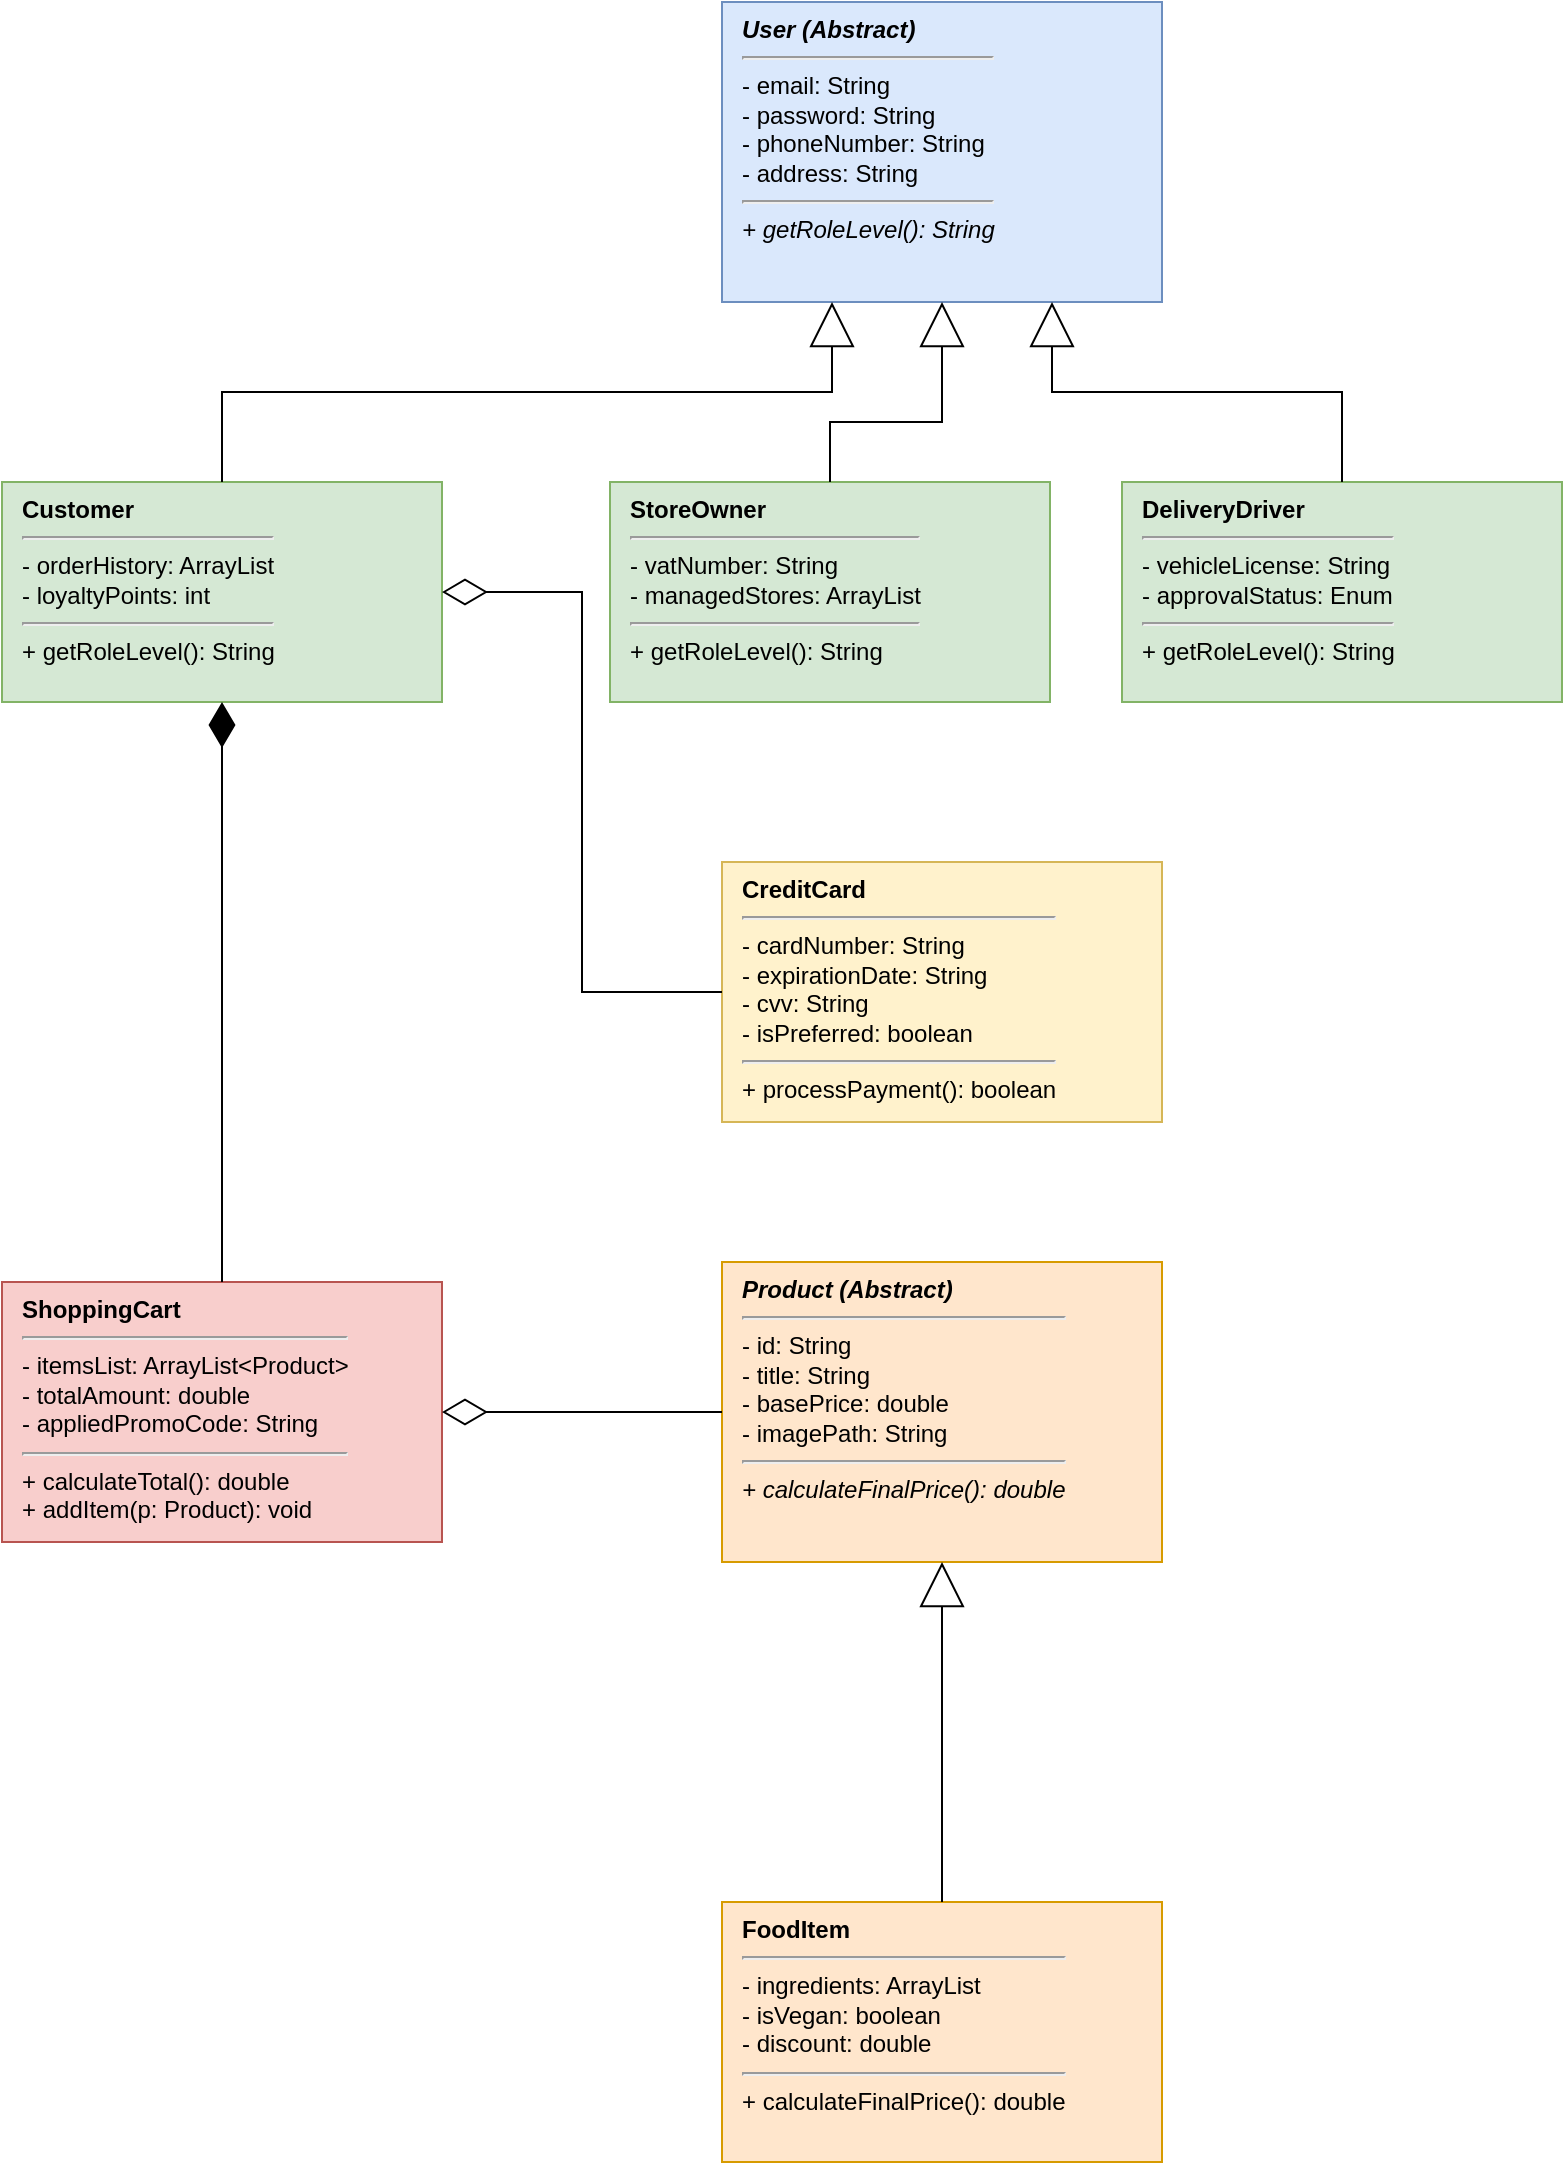
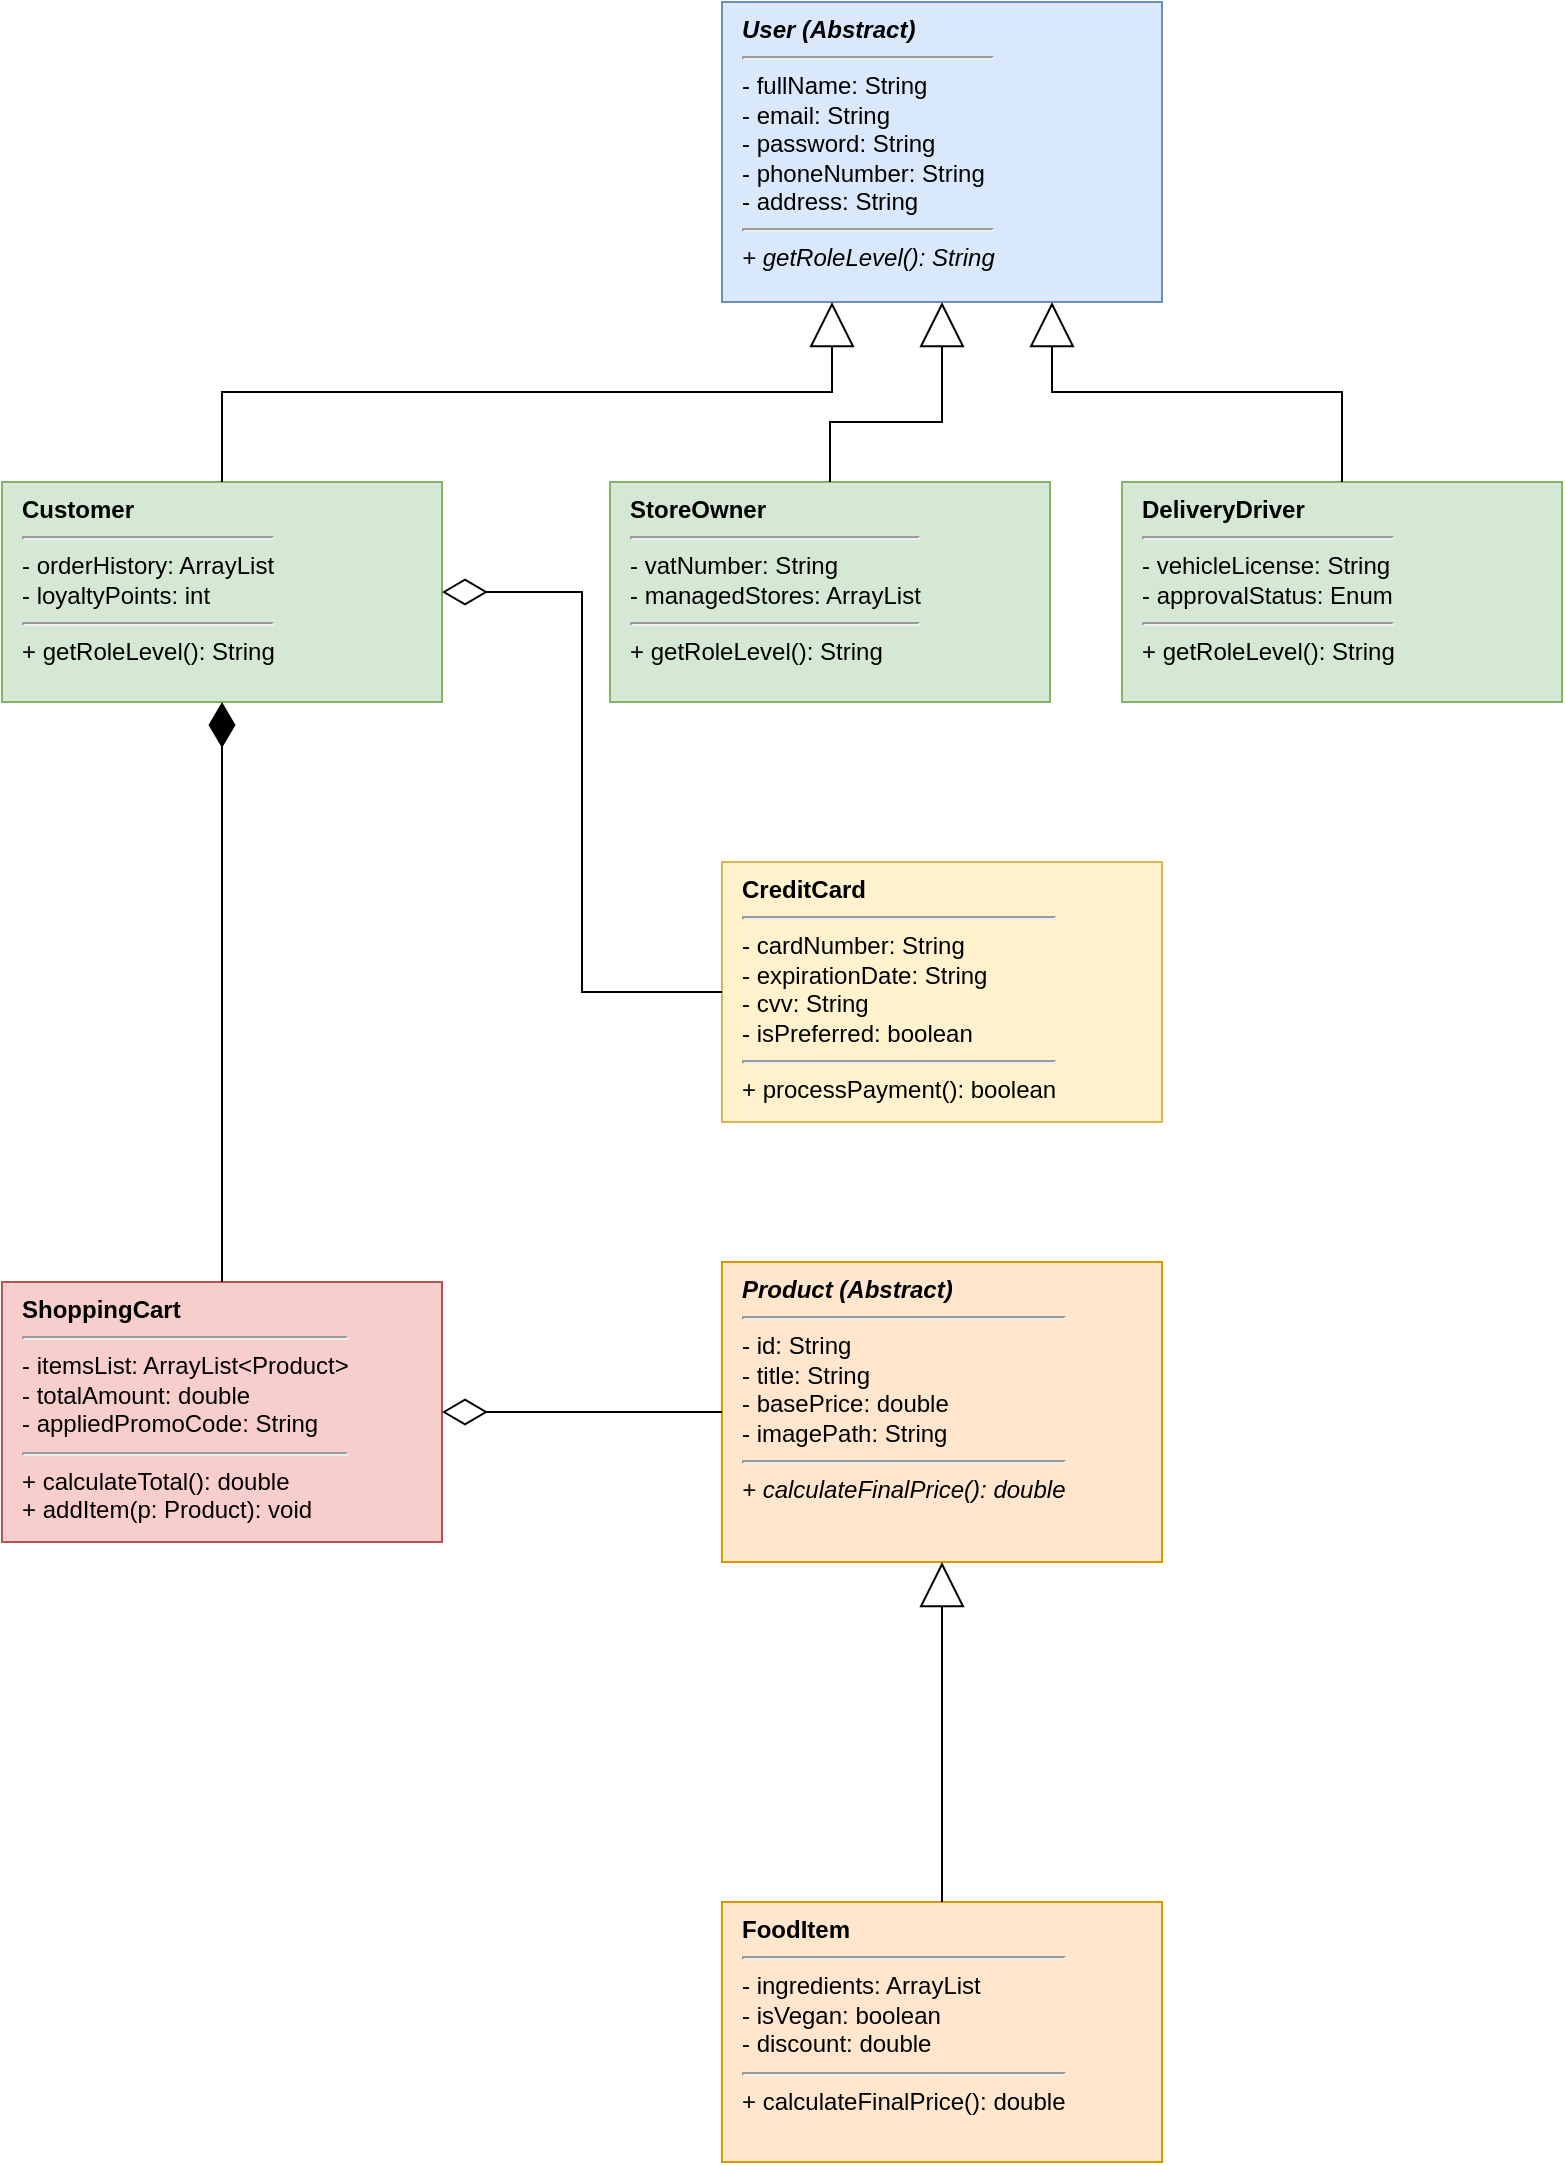
<mxfile host="app.diagrams.net">
-   <diagram name="Σελίδα-1" id="qoTPCT5xI2z09YPKvRXj">
-     <mxGraphModel dx="1251" dy="665" grid="1" gridSize="10" guides="1" tooltips="1" connect="1" arrows="1" fold="1" page="1" pageScale="1" pageWidth="827" pageHeight="1169" math="0" shadow="0">
+   <diagram name="Σελίδα-1" id="QMnEqAhx1YVrV0ohZSan">
+     <mxGraphModel dx="1896" dy="1349" grid="1" gridSize="10" guides="1" tooltips="1" connect="1" arrows="1" fold="1" page="1" pageScale="1" pageWidth="827" pageHeight="1169" math="0" shadow="0">
      <root>
        <mxCell id="0" />
        <mxCell id="1" parent="0" />
-         <mxCell id="User" parent="1" style="html=1;whiteSpace=wrap;align=left;verticalAlign=top;spacingLeft=8;fillColor=#dae8fc;strokeColor=#6c8ebf;" value="&lt;b&gt;&lt;i&gt;User (Abstract)&lt;/i&gt;&lt;/b&gt;&lt;hr&gt;- email: String&lt;br&gt;- password: String&lt;br&gt;- phoneNumber: String&lt;br&gt;- address: String&lt;hr&gt;&lt;i&gt;+ getRoleLevel(): String&lt;/i&gt;" vertex="1">
+         <mxCell id="UNJqGP9jAPHpj4UEOmaN-1" parent="1" style="html=1;whiteSpace=wrap;align=left;verticalAlign=top;spacingLeft=8;fillColor=#dae8fc;strokeColor=#6c8ebf;" value="&lt;b&gt;&lt;i&gt;User (Abstract)&lt;/i&gt;&lt;/b&gt;&lt;hr&gt;- fullName: String&lt;br&gt;- email: String&lt;br&gt;- password: String&lt;br&gt;- phoneNumber: String&lt;br&gt;- address: String&lt;hr&gt;&lt;i&gt;+ getRoleLevel(): String&lt;/i&gt;" vertex="1">
          <mxGeometry height="150" width="220" x="360" y="40" as="geometry" />
        </mxCell>
-         <mxCell id="Customer" parent="1" style="html=1;whiteSpace=wrap;align=left;verticalAlign=top;spacingLeft=8;fillColor=#d5e8d4;strokeColor=#82b366;" value="&lt;b&gt;Customer&lt;/b&gt;&lt;hr&gt;- orderHistory: ArrayList&lt;br&gt;- loyaltyPoints: int&lt;hr&gt;+ getRoleLevel(): String" vertex="1">
+         <mxCell id="UNJqGP9jAPHpj4UEOmaN-2" parent="1" style="html=1;whiteSpace=wrap;align=left;verticalAlign=top;spacingLeft=8;fillColor=#d5e8d4;strokeColor=#82b366;" value="&lt;b&gt;Customer&lt;/b&gt;&lt;hr&gt;- orderHistory: ArrayList&lt;br&gt;- loyaltyPoints: int&lt;hr&gt;+ getRoleLevel(): String" vertex="1">
          <mxGeometry height="110" width="220" y="280" as="geometry" />
        </mxCell>
-         <mxCell id="StoreOwner" parent="1" style="html=1;whiteSpace=wrap;align=left;verticalAlign=top;spacingLeft=8;fillColor=#d5e8d4;strokeColor=#82b366;" value="&lt;b&gt;StoreOwner&lt;/b&gt;&lt;hr&gt;- vatNumber: String&lt;br&gt;- managedStores: ArrayList&lt;hr&gt;+ getRoleLevel(): String" vertex="1">
+         <mxCell id="UNJqGP9jAPHpj4UEOmaN-3" parent="1" style="html=1;whiteSpace=wrap;align=left;verticalAlign=top;spacingLeft=8;fillColor=#d5e8d4;strokeColor=#82b366;" value="&lt;b&gt;StoreOwner&lt;/b&gt;&lt;hr&gt;- vatNumber: String&lt;br&gt;- managedStores: ArrayList&lt;hr&gt;+ getRoleLevel(): String" vertex="1">
          <mxGeometry height="110" width="220" x="304" y="280" as="geometry" />
        </mxCell>
-         <mxCell id="DeliveryDriver" parent="1" style="html=1;whiteSpace=wrap;align=left;verticalAlign=top;spacingLeft=8;fillColor=#d5e8d4;strokeColor=#82b366;" value="&lt;b&gt;DeliveryDriver&lt;/b&gt;&lt;hr&gt;- vehicleLicense: String&lt;br&gt;- approvalStatus: Enum&lt;hr&gt;+ getRoleLevel(): String" vertex="1">
+         <mxCell id="UNJqGP9jAPHpj4UEOmaN-4" parent="1" style="html=1;whiteSpace=wrap;align=left;verticalAlign=top;spacingLeft=8;fillColor=#d5e8d4;strokeColor=#82b366;" value="&lt;b&gt;DeliveryDriver&lt;/b&gt;&lt;hr&gt;- vehicleLicense: String&lt;br&gt;- approvalStatus: Enum&lt;hr&gt;+ getRoleLevel(): String" vertex="1">
          <mxGeometry height="110" width="220" x="560" y="280" as="geometry" />
        </mxCell>
-         <mxCell id="ShoppingCart" parent="1" style="html=1;whiteSpace=wrap;align=left;verticalAlign=top;spacingLeft=8;fillColor=#f8cecc;strokeColor=#b85450;" value="&lt;b&gt;ShoppingCart&lt;/b&gt;&lt;hr&gt;- itemsList: ArrayList&amp;lt;Product&amp;gt;&lt;br&gt;- totalAmount: double&lt;br&gt;- appliedPromoCode: String&lt;hr&gt;+ calculateTotal(): double&lt;br&gt;+ addItem(p: Product): void" vertex="1">
+         <mxCell id="UNJqGP9jAPHpj4UEOmaN-5" parent="1" style="html=1;whiteSpace=wrap;align=left;verticalAlign=top;spacingLeft=8;fillColor=#f8cecc;strokeColor=#b85450;" value="&lt;b&gt;ShoppingCart&lt;/b&gt;&lt;hr&gt;- itemsList: ArrayList&amp;lt;Product&amp;gt;&lt;br&gt;- totalAmount: double&lt;br&gt;- appliedPromoCode: String&lt;hr&gt;+ calculateTotal(): double&lt;br&gt;+ addItem(p: Product): void" vertex="1">
          <mxGeometry height="130" width="220" y="680" as="geometry" />
        </mxCell>
-         <mxCell id="CreditCard" parent="1" style="html=1;whiteSpace=wrap;align=left;verticalAlign=top;spacingLeft=8;fillColor=#fff2cc;strokeColor=#d6b656;" value="&lt;b&gt;CreditCard&lt;/b&gt;&lt;hr&gt;- cardNumber: String&lt;br&gt;- expirationDate: String&lt;br&gt;- cvv: String&lt;br&gt;- isPreferred: boolean&lt;hr&gt;+ processPayment(): boolean" vertex="1">
+         <mxCell id="UNJqGP9jAPHpj4UEOmaN-6" parent="1" style="html=1;whiteSpace=wrap;align=left;verticalAlign=top;spacingLeft=8;fillColor=#fff2cc;strokeColor=#d6b656;" value="&lt;b&gt;CreditCard&lt;/b&gt;&lt;hr&gt;- cardNumber: String&lt;br&gt;- expirationDate: String&lt;br&gt;- cvv: String&lt;br&gt;- isPreferred: boolean&lt;hr&gt;+ processPayment(): boolean" vertex="1">
          <mxGeometry height="130" width="220" x="360" y="470" as="geometry" />
        </mxCell>
-         <mxCell id="Product" parent="1" style="html=1;whiteSpace=wrap;align=left;verticalAlign=top;spacingLeft=8;fillColor=#ffe6cc;strokeColor=#d79b00;" value="&lt;b&gt;&lt;i&gt;Product (Abstract)&lt;/i&gt;&lt;/b&gt;&lt;hr&gt;- id: String&lt;br&gt;- title: String&lt;br&gt;- basePrice: double&lt;br&gt;- imagePath: String&lt;hr&gt;&lt;i&gt;+ calculateFinalPrice(): double&lt;/i&gt;" vertex="1">
+         <mxCell id="UNJqGP9jAPHpj4UEOmaN-7" parent="1" style="html=1;whiteSpace=wrap;align=left;verticalAlign=top;spacingLeft=8;fillColor=#ffe6cc;strokeColor=#d79b00;" value="&lt;b&gt;&lt;i&gt;Product (Abstract)&lt;/i&gt;&lt;/b&gt;&lt;hr&gt;- id: String&lt;br&gt;- title: String&lt;br&gt;- basePrice: double&lt;br&gt;- imagePath: String&lt;hr&gt;&lt;i&gt;+ calculateFinalPrice(): double&lt;/i&gt;" vertex="1">
          <mxGeometry height="150" width="220" x="360" y="670" as="geometry" />
        </mxCell>
-         <mxCell id="FoodItem" parent="1" style="html=1;whiteSpace=wrap;align=left;verticalAlign=top;spacingLeft=8;fillColor=#ffe6cc;strokeColor=#d79b00;" value="&lt;b&gt;FoodItem&lt;/b&gt;&lt;hr&gt;- ingredients: ArrayList&lt;br&gt;- isVegan: boolean&lt;br&gt;- discount: double&lt;hr&gt;+ calculateFinalPrice(): double" vertex="1">
+         <mxCell id="UNJqGP9jAPHpj4UEOmaN-8" parent="1" style="html=1;whiteSpace=wrap;align=left;verticalAlign=top;spacingLeft=8;fillColor=#ffe6cc;strokeColor=#d79b00;" value="&lt;b&gt;FoodItem&lt;/b&gt;&lt;hr&gt;- ingredients: ArrayList&lt;br&gt;- isVegan: boolean&lt;br&gt;- discount: double&lt;hr&gt;+ calculateFinalPrice(): double" vertex="1">
          <mxGeometry height="130" width="220" x="360" y="990" as="geometry" />
        </mxCell>
-         <mxCell id="edge1" edge="1" parent="1" source="Customer" style="endArrow=block;endFill=0;html=1;rounded=0;exitX=0.5;exitY=0;entryX=0.25;entryY=1;edgeStyle=orthogonalEdgeStyle;startSize=20;endSize=20;" target="User">
+         <mxCell id="UNJqGP9jAPHpj4UEOmaN-9" edge="1" parent="1" source="UNJqGP9jAPHpj4UEOmaN-2" style="endArrow=block;endFill=0;html=1;rounded=0;exitX=0.5;exitY=0;entryX=0.25;entryY=1;edgeStyle=orthogonalEdgeStyle;startSize=20;endSize=20;" target="UNJqGP9jAPHpj4UEOmaN-1">
          <mxGeometry relative="1" as="geometry" />
        </mxCell>
-         <mxCell id="edge2" edge="1" parent="1" source="StoreOwner" style="endArrow=block;endFill=0;html=1;rounded=0;exitX=0.5;exitY=0;entryX=0.5;entryY=1;endSize=20;startSize=20;" target="User">
+         <mxCell id="UNJqGP9jAPHpj4UEOmaN-10" edge="1" parent="1" source="UNJqGP9jAPHpj4UEOmaN-3" style="endArrow=block;endFill=0;html=1;rounded=0;exitX=0.5;exitY=0;entryX=0.5;entryY=1;endSize=20;startSize=20;" target="UNJqGP9jAPHpj4UEOmaN-1">
          <mxGeometry relative="1" as="geometry">
            <Array as="points">
              <mxPoint x="414" y="250" />
              <mxPoint x="470" y="250" />
            </Array>
          </mxGeometry>
        </mxCell>
-         <mxCell id="edge3" edge="1" parent="1" source="DeliveryDriver" style="endArrow=block;endFill=0;html=1;rounded=0;exitX=0.5;exitY=0;entryX=0.75;entryY=1;edgeStyle=orthogonalEdgeStyle;startSize=20;endSize=20;" target="User">
+         <mxCell id="UNJqGP9jAPHpj4UEOmaN-11" edge="1" parent="1" source="UNJqGP9jAPHpj4UEOmaN-4" style="endArrow=block;endFill=0;html=1;rounded=0;exitX=0.5;exitY=0;entryX=0.75;entryY=1;edgeStyle=orthogonalEdgeStyle;startSize=20;endSize=20;" target="UNJqGP9jAPHpj4UEOmaN-1">
          <mxGeometry relative="1" as="geometry" />
        </mxCell>
-         <mxCell id="edge4" edge="1" parent="1" source="FoodItem" style="endArrow=block;endFill=0;html=1;rounded=0;exitX=0.5;exitY=0;entryX=0.5;entryY=1;endSize=20;startSize=20;" target="Product">
+         <mxCell id="UNJqGP9jAPHpj4UEOmaN-12" edge="1" parent="1" source="UNJqGP9jAPHpj4UEOmaN-8" style="endArrow=block;endFill=0;html=1;rounded=0;exitX=0.5;exitY=0;entryX=0.5;entryY=1;endSize=20;startSize=20;" target="UNJqGP9jAPHpj4UEOmaN-7">
          <mxGeometry relative="1" as="geometry" />
        </mxCell>
-         <mxCell id="edge5" edge="1" parent="1" source="Customer" style="endArrow=none;startArrow=diamondThin;startFill=1;html=1;rounded=0;exitX=0.5;exitY=1;entryX=0.5;entryY=0;startSize=20;endSize=20;" target="ShoppingCart">
+         <mxCell id="UNJqGP9jAPHpj4UEOmaN-13" edge="1" parent="1" source="UNJqGP9jAPHpj4UEOmaN-2" style="endArrow=none;startArrow=diamondThin;startFill=1;html=1;rounded=0;exitX=0.5;exitY=1;entryX=0.5;entryY=0;startSize=20;endSize=20;" target="UNJqGP9jAPHpj4UEOmaN-5">
          <mxGeometry relative="1" as="geometry" />
        </mxCell>
-         <mxCell id="edge6" edge="1" parent="1" source="Customer" style="endArrow=none;startArrow=diamondThin;startFill=0;html=1;rounded=0;exitX=1;exitY=0.5;entryX=0;entryY=0.5;edgeStyle=orthogonalEdgeStyle;startSize=20;endSize=20;" target="CreditCard">
+         <mxCell id="UNJqGP9jAPHpj4UEOmaN-14" edge="1" parent="1" source="UNJqGP9jAPHpj4UEOmaN-2" style="endArrow=none;startArrow=diamondThin;startFill=0;html=1;rounded=0;exitX=1;exitY=0.5;entryX=0;entryY=0.5;edgeStyle=orthogonalEdgeStyle;startSize=20;endSize=20;" target="UNJqGP9jAPHpj4UEOmaN-6">
          <mxGeometry relative="1" as="geometry" />
        </mxCell>
-         <mxCell id="edge7" edge="1" parent="1" source="ShoppingCart" style="endArrow=none;startArrow=diamondThin;startFill=0;html=1;rounded=0;exitX=1;exitY=0.5;entryX=0;entryY=0.5;edgeStyle=orthogonalEdgeStyle;startSize=20;endSize=20;" target="Product">
+         <mxCell id="UNJqGP9jAPHpj4UEOmaN-15" edge="1" parent="1" source="UNJqGP9jAPHpj4UEOmaN-5" style="endArrow=none;startArrow=diamondThin;startFill=0;html=1;rounded=0;exitX=1;exitY=0.5;entryX=0;entryY=0.5;edgeStyle=orthogonalEdgeStyle;startSize=20;endSize=20;" target="UNJqGP9jAPHpj4UEOmaN-7">
          <mxGeometry relative="1" as="geometry" />
        </mxCell>
      </root>
    </mxGraphModel>
  </diagram>
</mxfile>
